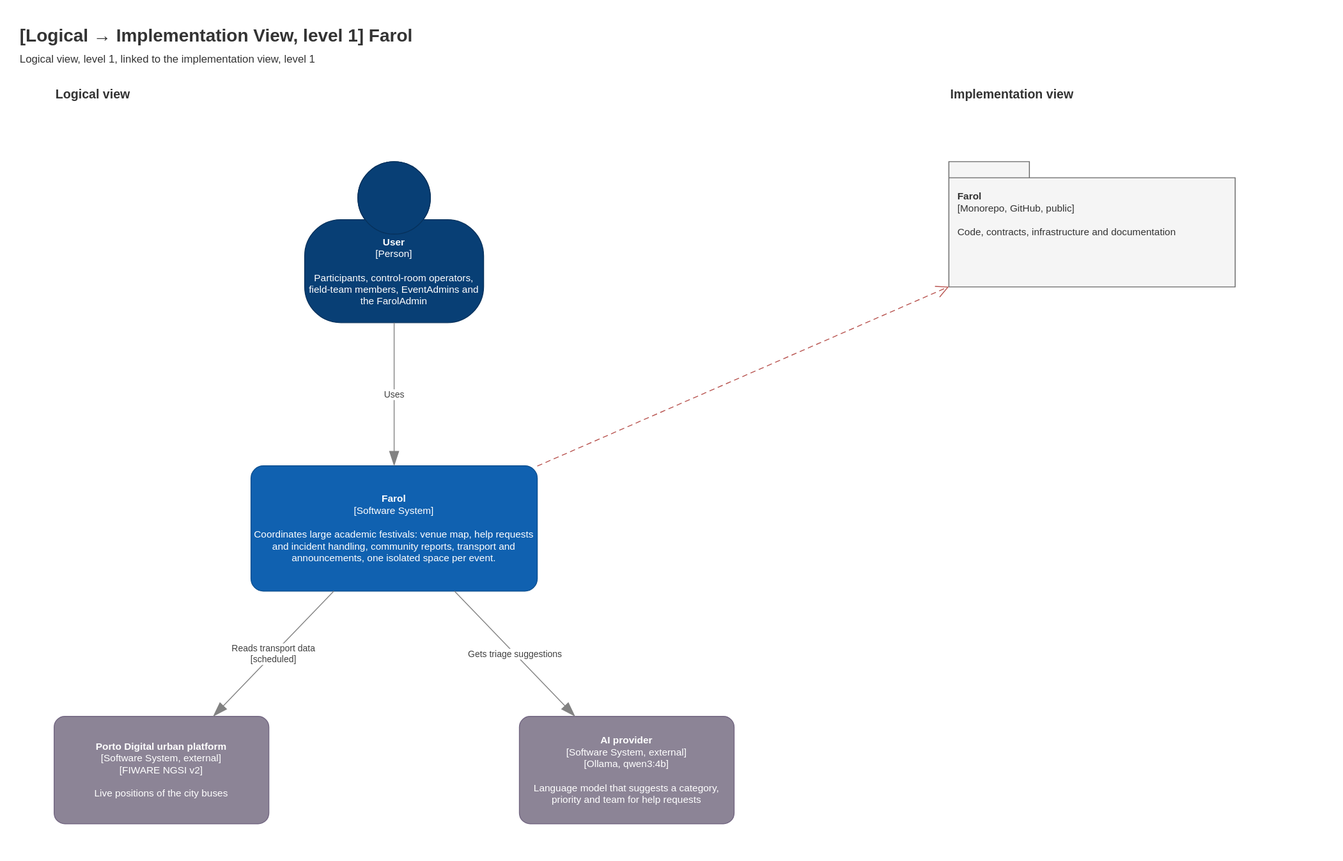
Earlier version of the draw.io export Docs/Technical/diagrams/mapping-logical-implementation-level-1.drawio.svg (tomasoliveira21/LABDSOF). Source tidied: cells renumbered, new cells last; positions are measured from the earlier drawing's top-left corner, leaving out a move shared by most shapes.
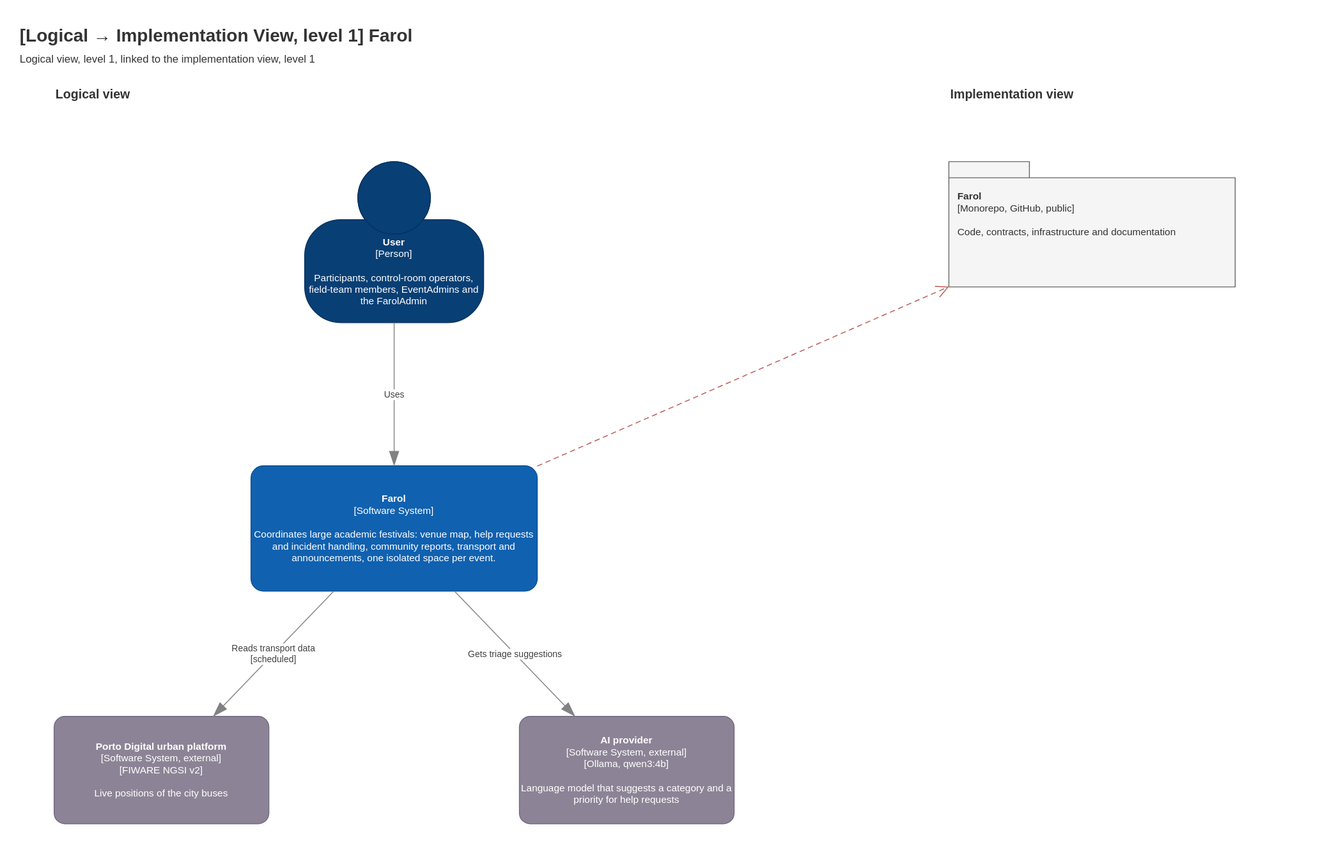
Above is the later version.

Diff of the diagram source:
```diff
@@ -20,7 +20,7 @@
     <mxCell id="7" value="&lt;b&gt;Porto Digital urban platform&lt;/b&gt;&lt;div&gt;[Software System, external]&lt;/div&gt;&lt;div&gt;[FIWARE NGSI v2]&lt;/div&gt;&lt;br&gt;&lt;div&gt;Live positions of the city buses&lt;/div&gt;" style="rounded=1;whiteSpace=wrap;html=1;labelBackgroundColor=none;fillColor=#8C8496;fontColor=#ffffff;align=center;arcSize=10;strokeColor=#736782;fontSize=11;" parent="1" vertex="1">
       <mxGeometry x="40" y="780" width="240" height="120" as="geometry" />
     </mxCell>
-    <mxCell id="8" value="&lt;b&gt;AI provider&lt;/b&gt;&lt;div&gt;[Software System, external]&lt;/div&gt;&lt;div&gt;[Ollama, qwen3:4b]&lt;/div&gt;&lt;br&gt;&lt;div&gt;Language model that suggests a category, priority and team for help requests&lt;/div&gt;" style="rounded=1;whiteSpace=wrap;html=1;labelBackgroundColor=none;fillColor=#8C8496;fontColor=#ffffff;align=center;arcSize=10;strokeColor=#736782;fontSize=11;" parent="1" vertex="1">
+    <mxCell id="8" value="&lt;b&gt;AI provider&lt;/b&gt;&lt;div&gt;[Software System, external]&lt;/div&gt;&lt;div&gt;[Ollama, qwen3:4b]&lt;/div&gt;&lt;br&gt;&lt;div&gt;Language model that suggests a category and a priority for help requests&lt;/div&gt;" style="rounded=1;whiteSpace=wrap;html=1;labelBackgroundColor=none;fillColor=#8C8496;fontColor=#ffffff;align=center;arcSize=10;strokeColor=#736782;fontSize=11;" parent="1" vertex="1">
       <mxGeometry x="560" y="780" width="240" height="120" as="geometry" />
     </mxCell>
     <mxCell id="9" value="Uses" style="endArrow=blockThin;html=1;fontSize=10;fontColor=#404040;endFill=1;strokeColor=#828282;endSize=14;rounded=0;labelBackgroundColor=#ffffff;" parent="1" edge="1" source="5" target="6">
```
